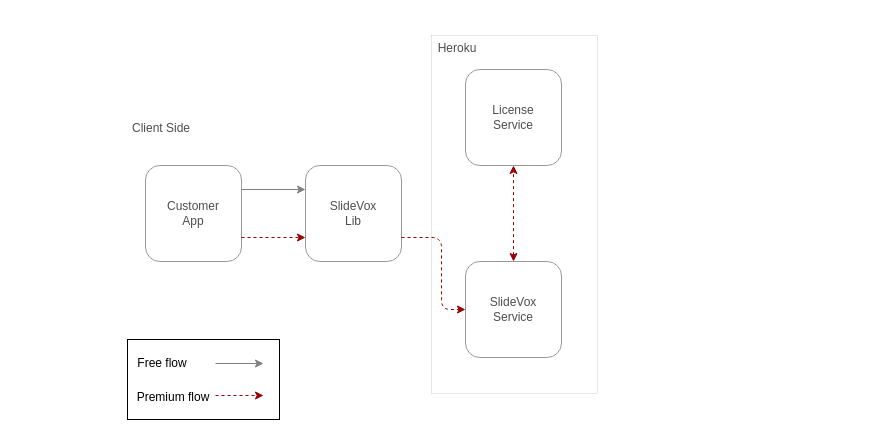
This is page "Premium" (2 of 3) of docs/images/charts/charts.drawio from dimastatz/metavox, a draw.io file, before an edit. Source tidied: cells renumbered, new cells numbered last; positions are measured from the earlier drawing's top-left corner, leaving out a move shared by most shapes. Both pictures are drawn from the tidied source at 100%, with x=0, y=0 at pixel (113, 33).
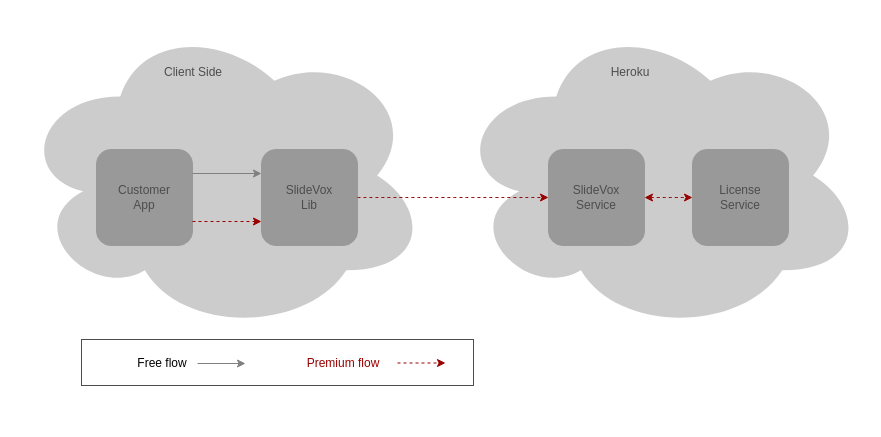
The same page after the edit.

Commit message (it also covers changes not shown here):
add premium flow

What changed in the source:
```diff
@@
+    <mxCell id="19" style="ellipse;shape=cloud;whiteSpace=wrap;html=1;strokeColor=none;fillColor=#CCCCCC;" parent="1" vertex="1">
+      <mxGeometry x="-96" y="-16" width="411" height="316" as="geometry" />
+    </mxCell>
+    <mxCell id="20" style="ellipse;shape=cloud;whiteSpace=wrap;html=1;strokeColor=none;fillColor=#CCCCCC;" parent="1" vertex="1">
+      <mxGeometry x="340" y="-16" width="411" height="316" as="geometry" />
+    </mxCell>
-    <mxCell id="2" style="rounded=0;whiteSpace=wrap;html=1;fontColor=#808080;" parent="1" vertex="1">
-      <mxGeometry x="14" y="306" width="152" height="80" as="geometry" />
+    <mxCell id="2" style="rounded=0;whiteSpace=wrap;html=1;fontColor=#808080;strokeColor=#4D4D4D;strokeWidth=1;gradientColor=none;fillColor=none;" parent="1" vertex="1">
+      <mxGeometry x="-32" y="306" width="392" height="46" as="geometry" />
     </mxCell>
-    <mxCell id="3" style="rounded=0;whiteSpace=wrap;html=1;fontColor=#4D4D4D;dashed=1;strokeWidth=0;" parent="1" vertex="1">
-      <mxGeometry x="318" y="2" width="166" height="358" as="geometry" />
-    </mxCell>
-    <mxCell id="4" style="rounded=0;whiteSpace=wrap;html=1;strokeColor=none;dashed=1;" parent="1" vertex="1">
-      <mxGeometry x="12" y="84" width="296" height="192" as="geometry" />
-    </mxCell>
-    <mxCell id="5" value="Customer&lt;div&gt;App&lt;/div&gt;" style="rounded=1;whiteSpace=wrap;html=1;strokeColor=#999999;fontColor=#4D4D4D;" parent="1" vertex="1">
-      <mxGeometry x="32" y="132" width="96" height="96" as="geometry" />
+    <mxCell id="5" value="Customer&lt;div&gt;App&lt;/div&gt;" style="rounded=1;whiteSpace=wrap;html=1;strokeColor=#999999;fontColor=#4D4D4D;fillColor=#999999;" parent="1" vertex="1">
+      <mxGeometry x="-17" y="116" width="96" height="96" as="geometry" />
     </mxCell>
-    <mxCell id="6" value="SlideVox&lt;div&gt;Lib&lt;/div&gt;" style="rounded=1;whiteSpace=wrap;html=1;strokeColor=#999999;fontColor=#4D4D4D;" parent="1" vertex="1">
-      <mxGeometry x="192" y="132" width="96" height="96" as="geometry" />
+    <mxCell id="6" value="SlideVox&lt;div&gt;Lib&lt;/div&gt;" style="rounded=1;whiteSpace=wrap;html=1;strokeColor=#999999;fontColor=#4D4D4D;fillColor=#999999;" parent="1" vertex="1">
+      <mxGeometry x="148" y="116" width="96" height="96" as="geometry" />
     </mxCell>
@@
-    <mxCell id="8" value="SlideVox&lt;div&gt;Service&lt;/div&gt;" style="rounded=1;whiteSpace=wrap;html=1;strokeColor=#999999;fontColor=#4D4D4D;" parent="1" vertex="1">
-      <mxGeometry x="352" y="228" width="96" height="96" as="geometry" />
+    <mxCell id="8" value="SlideVox&lt;div&gt;Service&lt;/div&gt;" style="rounded=1;whiteSpace=wrap;html=1;strokeColor=#999999;fontColor=#4D4D4D;fillColor=#999999;" parent="1" vertex="1">
+      <mxGeometry x="435" y="116" width="96" height="96" as="geometry" />
     </mxCell>
-    <mxCell id="9" value="License&lt;br&gt;&lt;div&gt;Service&lt;/div&gt;" style="rounded=1;whiteSpace=wrap;html=1;strokeColor=#999999;fontColor=#4D4D4D;" parent="1" vertex="1">
-      <mxGeometry x="352" y="36" width="96" height="96" as="geometry" />
+    <mxCell id="9" value="License&lt;br&gt;&lt;div&gt;Service&lt;/div&gt;" style="rounded=1;whiteSpace=wrap;html=1;strokeColor=#999999;fontColor=#4D4D4D;fillColor=#999999;" parent="1" vertex="1">
+      <mxGeometry x="579" y="116" width="96" height="96" as="geometry" />
     </mxCell>
@@
-    <mxCell id="11" style="endArrow=classic;html=1;exitX=1;exitY=0.75;exitDx=0;exitDy=0;entryX=0;entryY=0.5;entryDx=0;entryDy=0;edgeStyle=orthogonalEdgeStyle;strokeColor=#990000;dashed=1;" parent="1" edge="1" source="6" target="8">
-      <mxGeometry relative="1" as="geometry">
-        <Array as="points">
-          <mxPoint x="328" y="204" />
-          <mxPoint x="328" y="276" />
-        </Array>
-      </mxGeometry>
+    <mxCell id="11" style="endArrow=classic;html=1;exitX=1;exitY=0.5;exitDx=0;exitDy=0;edgeStyle=orthogonalEdgeStyle;strokeColor=#990000;dashed=1;curved=1;entryX=0;entryY=0.5;entryDx=0;entryDy=0;" parent="1" edge="1" source="6" target="8">
+      <mxGeometry relative="1" as="geometry" />
     </mxCell>
     <mxCell id="12" value="Client Side" style="text;html=1;align=center;verticalAlign=middle;whiteSpace=wrap;rounded=0;fontColor=#4D4D4D;" parent="1" vertex="1">
-      <mxGeometry y="80" width="96" height="30" as="geometry" />
+      <mxGeometry x="32" y="24" width="96" height="30" as="geometry" />
     </mxCell>
     <mxCell id="13" value="Heroku" style="text;html=1;align=center;verticalAlign=middle;whiteSpace=wrap;rounded=0;fontColor=#4D4D4D;" parent="1" vertex="1">
-      <mxGeometry x="314" width="60" height="30" as="geometry" />
+      <mxGeometry x="487" y="24" width="60" height="30" as="geometry" />
     </mxCell>
-    <mxCell id="14" style="endArrow=classic;startArrow=classic;html=1;exitX=0.5;exitY=0;exitDx=0;exitDy=0;entryX=0.5;entryY=1;entryDx=0;entryDy=0;strokeColor=#990000;dashed=1;" parent="1" edge="1" source="8" target="9">
+    <mxCell id="14" style="endArrow=classic;startArrow=classic;html=1;exitX=1;exitY=0.5;exitDx=0;exitDy=0;entryX=0;entryY=0.5;entryDx=0;entryDy=0;strokeColor=#990000;dashed=1;edgeStyle=orthogonalEdgeStyle;curved=1;" parent="1" edge="1" source="8" target="9">
       <mxGeometry relative="1" as="geometry" />
     </mxCell>
@@
-    <mxCell id="16" value="Premium flow" style="text;html=1;align=center;verticalAlign=middle;whiteSpace=wrap;rounded=0;fontFamily=Helvetica;" parent="1" vertex="1">
-      <mxGeometry x="22" y="349" width="76" height="30" as="geometry" />
+    <mxCell id="16" value="Premium flow" style="text;html=1;align=center;verticalAlign=middle;whiteSpace=wrap;rounded=0;fontFamily=Helvetica;fontColor=#990000;" parent="1" vertex="1">
+      <mxGeometry x="192" y="315" width="76" height="30" as="geometry" />
     </mxCell>
     <mxCell id="17" style="endArrow=classic;html=1;strokeColor=#808080;" parent="1" edge="1">
       <mxGeometry relative="1" as="geometry">
-        <mxPoint x="102" y="330" as="sourcePoint" />
-        <mxPoint x="150" y="330" as="targetPoint" />
+        <mxPoint x="84" y="330" as="sourcePoint" />
+        <mxPoint x="132" y="330" as="targetPoint" />
       </mxGeometry>
     </mxCell>
     <mxCell id="18" style="endArrow=classic;html=1;strokeColor=#990000;dashed=1;" parent="1" edge="1">
       <mxGeometry relative="1" as="geometry">
-        <mxPoint x="102" y="362" as="sourcePoint" />
-        <mxPoint x="150" y="362" as="targetPoint" />
+        <mxPoint x="284" y="329.5" as="sourcePoint" />
+        <mxPoint x="332" y="329.5" as="targetPoint" />
       </mxGeometry>
     </mxCell>
```
